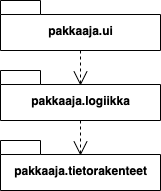
Above: dokumentaatio/kuvat/pakkauskaavio.png in teemuoksanen/tiralabra (draw.io), before the change. Source tidied: cells renumbered, new cells last; positions are measured from the earlier drawing's top-left corner, leaving out a move shared by most shapes. The source it was exported from:
```xml
<mxGraphModel>
  <root>
    <mxCell id="0" />
    <mxCell id="1" parent="0" />
    <mxCell id="2" value="pakkaaja.ui" style="shape=folder;fontStyle=1;spacingTop=10;tabWidth=40;tabHeight=14;tabPosition=left;html=1;" parent="1" vertex="1">
      <mxGeometry width="160" height="50" as="geometry" />
    </mxCell>
    <mxCell id="3" value="pakkaaja.logiikka" style="shape=folder;fontStyle=1;spacingTop=10;tabWidth=40;tabHeight=14;tabPosition=left;html=1;" parent="1" vertex="1">
      <mxGeometry y="70" width="160" height="50" as="geometry" />
    </mxCell>
    <mxCell id="4" value="pakkaaja.tietorakenteet" style="shape=folder;fontStyle=1;spacingTop=10;tabWidth=40;tabHeight=14;tabPosition=left;html=1;" parent="1" vertex="1">
      <mxGeometry y="140" width="160" height="50" as="geometry" />
    </mxCell>
    <mxCell id="5" style="endArrow=open;endSize=12;dashed=1;html=1;entryX=0.5;entryY=0.3;entryDx=0;entryDy=0;entryPerimeter=0;" parent="1" edge="1" target="3">
      <mxGeometry relative="1" as="geometry">
        <mxPoint x="80" y="50" as="sourcePoint" />
      </mxGeometry>
    </mxCell>
    <mxCell id="6" style="endArrow=open;endSize=12;dashed=1;html=1;exitX=0.5;exitY=1;exitDx=0;exitDy=0;exitPerimeter=0;entryX=0.5;entryY=0.3;entryDx=0;entryDy=0;entryPerimeter=0;" parent="1" edge="1" source="3" target="4">
      <mxGeometry relative="1" as="geometry" />
    </mxCell>
  </root>
</mxGraphModel>
```
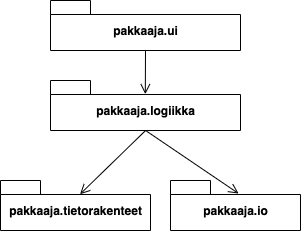
After the commit.

Commit message:
Päivitetty käyttöliittymää, checkstyle-asetuksia ja pakkauskaavio

Diff of the diagram source:
```diff
@@ -3,21 +3,29 @@
     <mxCell id="0" />
     <mxCell id="1" parent="0" />
     <mxCell id="2" value="pakkaaja.ui" style="shape=folder;fontStyle=1;spacingTop=10;tabWidth=40;tabHeight=14;tabPosition=left;html=1;" parent="1" vertex="1">
-      <mxGeometry width="160" height="50" as="geometry" />
+      <mxGeometry x="100" width="190" height="50" as="geometry" />
     </mxCell>
     <mxCell id="3" value="pakkaaja.logiikka" style="shape=folder;fontStyle=1;spacingTop=10;tabWidth=40;tabHeight=14;tabPosition=left;html=1;" parent="1" vertex="1">
-      <mxGeometry y="70" width="160" height="50" as="geometry" />
+      <mxGeometry x="100" y="80" width="190" height="50" as="geometry" />
     </mxCell>
     <mxCell id="4" value="pakkaaja.tietorakenteet" style="shape=folder;fontStyle=1;spacingTop=10;tabWidth=40;tabHeight=14;tabPosition=left;html=1;" parent="1" vertex="1">
-      <mxGeometry y="140" width="160" height="50" as="geometry" />
+      <mxGeometry x="50" y="180" width="150" height="50" as="geometry" />
     </mxCell>
-    <mxCell id="5" style="endArrow=open;endSize=12;dashed=1;html=1;entryX=0.5;entryY=0.3;entryDx=0;entryDy=0;entryPerimeter=0;" parent="1" edge="1" target="3">
-      <mxGeometry relative="1" as="geometry">
-        <mxPoint x="80" y="50" as="sourcePoint" />
-      </mxGeometry>
-    </mxCell>
-    <mxCell id="6" style="endArrow=open;endSize=12;dashed=1;html=1;exitX=0.5;exitY=1;exitDx=0;exitDy=0;exitPerimeter=0;entryX=0.5;entryY=0.3;entryDx=0;entryDy=0;entryPerimeter=0;" parent="1" edge="1" source="3" target="4">
-      <mxGeometry relative="1" as="geometry" />
-    </mxCell>
+    <mxCell id="7" value="pakkaaja.io" style="shape=folder;fontStyle=1;spacingTop=10;tabWidth=40;tabHeight=14;tabPosition=left;html=1;" parent="1" vertex="1">
+      <mxGeometry x="220" y="180" width="130" height="50" as="geometry" />
+    </mxCell>
+    <mxCell id="8" style="endArrow=open;html=1;strokeWidth=1;endFill=0;endSize=8;exitX=0.5;exitY=1;exitDx=0;exitDy=0;exitPerimeter=0;entryX=0.499;entryY=0.273;entryDx=0;entryDy=0;entryPerimeter=0;" parent="1" edge="1" source="2" target="3">
+      <mxGeometry relative="1" as="geometry" />
+    </mxCell>
+    <mxCell id="9" style="endArrow=open;html=1;strokeWidth=1;endFill=0;endSize=8;exitX=0.5;exitY=1;exitDx=0;exitDy=0;exitPerimeter=0;entryX=0.53;entryY=0.275;entryDx=0;entryDy=0;entryPerimeter=0;" parent="1" edge="1" target="4">
+      <mxGeometry relative="1" as="geometry">
+        <mxPoint x="195.1" y="130" as="sourcePoint" />
+      </mxGeometry>
+    </mxCell>
+    <mxCell id="10" style="endArrow=open;html=1;strokeWidth=1;endFill=0;endSize=8;exitX=0.5;exitY=1;exitDx=0;exitDy=0;exitPerimeter=0;entryX=0.524;entryY=0.261;entryDx=0;entryDy=0;entryPerimeter=0;" parent="1" edge="1" target="7">
+      <mxGeometry relative="1" as="geometry">
+        <mxPoint x="195.1" y="130" as="sourcePoint" />
+      </mxGeometry>
+    </mxCell>
   </root>
 </mxGraphModel>
```
